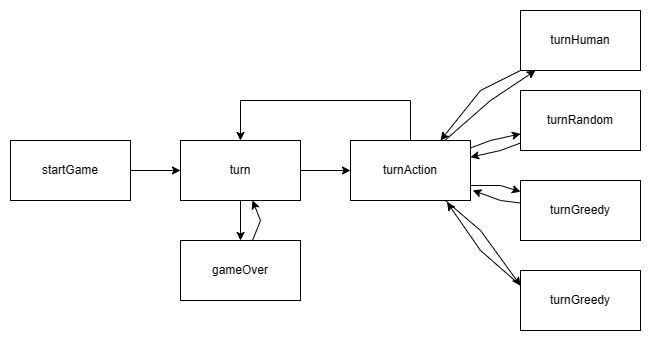
Earlier version of the draw.io export Code/imgs/turns.png (gpe0/PFL-PROJ2). Source tidied: cells renumbered, new cells last; positions are measured from the earlier drawing's top-left corner, leaving out a move shared by most shapes. Source of this version:
```xml
<mxGraphModel>
  <root>
    <mxCell id="0" />
    <mxCell id="1" parent="0" />
    <mxCell id="2" style="edgeStyle=orthogonalEdgeStyle;rounded=0;jettySize=auto;html=1;" parent="1" edge="1" source="3" target="6">
      <mxGeometry relative="1" as="geometry" />
    </mxCell>
    <mxCell id="3" value="startGame" style="rounded=0;whiteSpace=wrap;html=1;" parent="1" vertex="1">
      <mxGeometry y="130" width="120" height="60" as="geometry" />
    </mxCell>
    <mxCell id="4" style="edgeStyle=orthogonalEdgeStyle;rounded=0;jettySize=auto;html=1;" parent="1" edge="1" source="6" target="12">
      <mxGeometry relative="1" as="geometry" />
    </mxCell>
    <mxCell id="5" style="edgeStyle=none;rounded=0;jettySize=auto;html=1;" parent="1" edge="1" source="6" target="20">
      <mxGeometry relative="1" as="geometry" />
    </mxCell>
    <mxCell id="6" value="turn" style="rounded=0;whiteSpace=wrap;html=1;" parent="1" vertex="1">
      <mxGeometry x="170" y="130" width="120" height="60" as="geometry" />
    </mxCell>
    <mxCell id="7" style="rounded=0;jettySize=auto;html=1;exitX=1;exitY=0.75;exitDx=0;exitDy=0;" parent="1" edge="1" source="12" target="18">
      <mxGeometry relative="1" as="geometry">
        <Array as="points">
          <mxPoint x="490" y="175" />
        </Array>
      </mxGeometry>
    </mxCell>
    <mxCell id="8" style="edgeStyle=orthogonalEdgeStyle;rounded=0;jettySize=auto;html=1;" parent="1" edge="1" source="12" target="6">
      <mxGeometry relative="1" as="geometry">
        <Array as="points">
          <mxPoint x="400" y="90" />
          <mxPoint x="230" y="90" />
        </Array>
      </mxGeometry>
    </mxCell>
    <mxCell id="9" style="rounded=0;jettySize=auto;html=1;entryX=0;entryY=0.25;entryDx=0;entryDy=0;" parent="1" edge="1" source="12" target="22">
      <mxGeometry relative="1" as="geometry">
        <Array as="points">
          <mxPoint x="470" y="220" />
        </Array>
      </mxGeometry>
    </mxCell>
    <mxCell id="10" style="edgeStyle=none;rounded=0;jettySize=auto;html=1;" parent="1" edge="1" source="12" target="14">
      <mxGeometry relative="1" as="geometry">
        <Array as="points">
          <mxPoint x="480" y="90" />
        </Array>
      </mxGeometry>
    </mxCell>
    <mxCell id="11" style="edgeStyle=none;rounded=0;jettySize=auto;html=1;" parent="1" edge="1" source="12" target="16">
      <mxGeometry relative="1" as="geometry">
        <Array as="points">
          <mxPoint x="480" y="130" />
        </Array>
      </mxGeometry>
    </mxCell>
    <mxCell id="12" value="turnAction" style="rounded=0;whiteSpace=wrap;html=1;" parent="1" vertex="1">
      <mxGeometry x="340" y="130" width="120" height="60" as="geometry" />
    </mxCell>
    <mxCell id="13" style="edgeStyle=none;rounded=0;jettySize=auto;html=1;entryX=0.75;entryY=0;entryDx=0;entryDy=0;" parent="1" edge="1" source="14" target="12">
      <mxGeometry relative="1" as="geometry">
        <Array as="points">
          <mxPoint x="470" y="80" />
        </Array>
      </mxGeometry>
    </mxCell>
    <mxCell id="14" value="turnHuman" style="rounded=0;whiteSpace=wrap;html=1;" parent="1" vertex="1">
      <mxGeometry x="510" width="120" height="60" as="geometry" />
    </mxCell>
    <mxCell id="15" style="edgeStyle=none;rounded=0;jettySize=auto;html=1;" parent="1" edge="1" source="16" target="12">
      <mxGeometry relative="1" as="geometry">
        <Array as="points">
          <mxPoint x="490" y="140" />
        </Array>
      </mxGeometry>
    </mxCell>
    <mxCell id="16" value="turnRandom" style="rounded=0;whiteSpace=wrap;html=1;" parent="1" vertex="1">
      <mxGeometry x="510" y="80" width="120" height="60" as="geometry" />
    </mxCell>
    <mxCell id="17" style="edgeStyle=none;rounded=0;jettySize=auto;html=1;entryX=1.019;entryY=0.831;entryDx=0;entryDy=0;entryPerimeter=0;" parent="1" edge="1" source="18" target="12">
      <mxGeometry relative="1" as="geometry">
        <Array as="points">
          <mxPoint x="490" y="190" />
        </Array>
      </mxGeometry>
    </mxCell>
    <mxCell id="18" value="turnGreedy" style="rounded=0;whiteSpace=wrap;html=1;" parent="1" vertex="1">
      <mxGeometry x="510" y="170" width="120" height="60" as="geometry" />
    </mxCell>
    <mxCell id="19" style="edgeStyle=none;rounded=0;jettySize=auto;html=1;" parent="1" edge="1" source="20" target="6">
      <mxGeometry relative="1" as="geometry">
        <Array as="points">
          <mxPoint x="250" y="210" />
        </Array>
      </mxGeometry>
    </mxCell>
    <mxCell id="20" value="gameOver" style="rounded=0;whiteSpace=wrap;html=1;" parent="1" vertex="1">
      <mxGeometry x="170" y="230" width="120" height="60" as="geometry" />
    </mxCell>
    <mxCell id="21" style="rounded=0;jettySize=auto;html=1;entryX=0.805;entryY=1.031;entryDx=0;entryDy=0;exitX=0;exitY=0.25;exitDx=0;exitDy=0;entryPerimeter=0;" parent="1" edge="1" source="22" target="12">
      <mxGeometry relative="1" as="geometry">
        <Array as="points">
          <mxPoint x="470" y="240" />
        </Array>
      </mxGeometry>
    </mxCell>
    <mxCell id="22" value="turnGreedy" style="rounded=0;whiteSpace=wrap;html=1;" parent="1" vertex="1">
      <mxGeometry x="510" y="260" width="120" height="60" as="geometry" />
    </mxCell>
  </root>
</mxGraphModel>
```
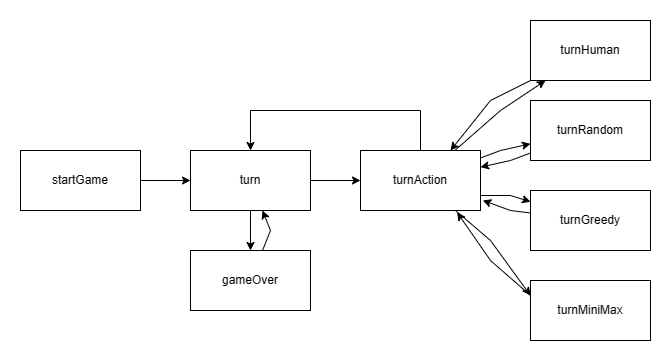
The same diagram one commit later.

Change to the diagram source:
```diff
@@ -103,7 +103,7 @@
         </Array>
       </mxGeometry>
     </mxCell>
-    <mxCell id="22" value="turnGreedy" style="rounded=0;whiteSpace=wrap;html=1;" parent="1" vertex="1">
+    <mxCell id="22" value="turnMiniMax" style="rounded=0;whiteSpace=wrap;html=1;" parent="1" vertex="1">
       <mxGeometry x="510" y="260" width="120" height="60" as="geometry" />
     </mxCell>
   </root>
```
